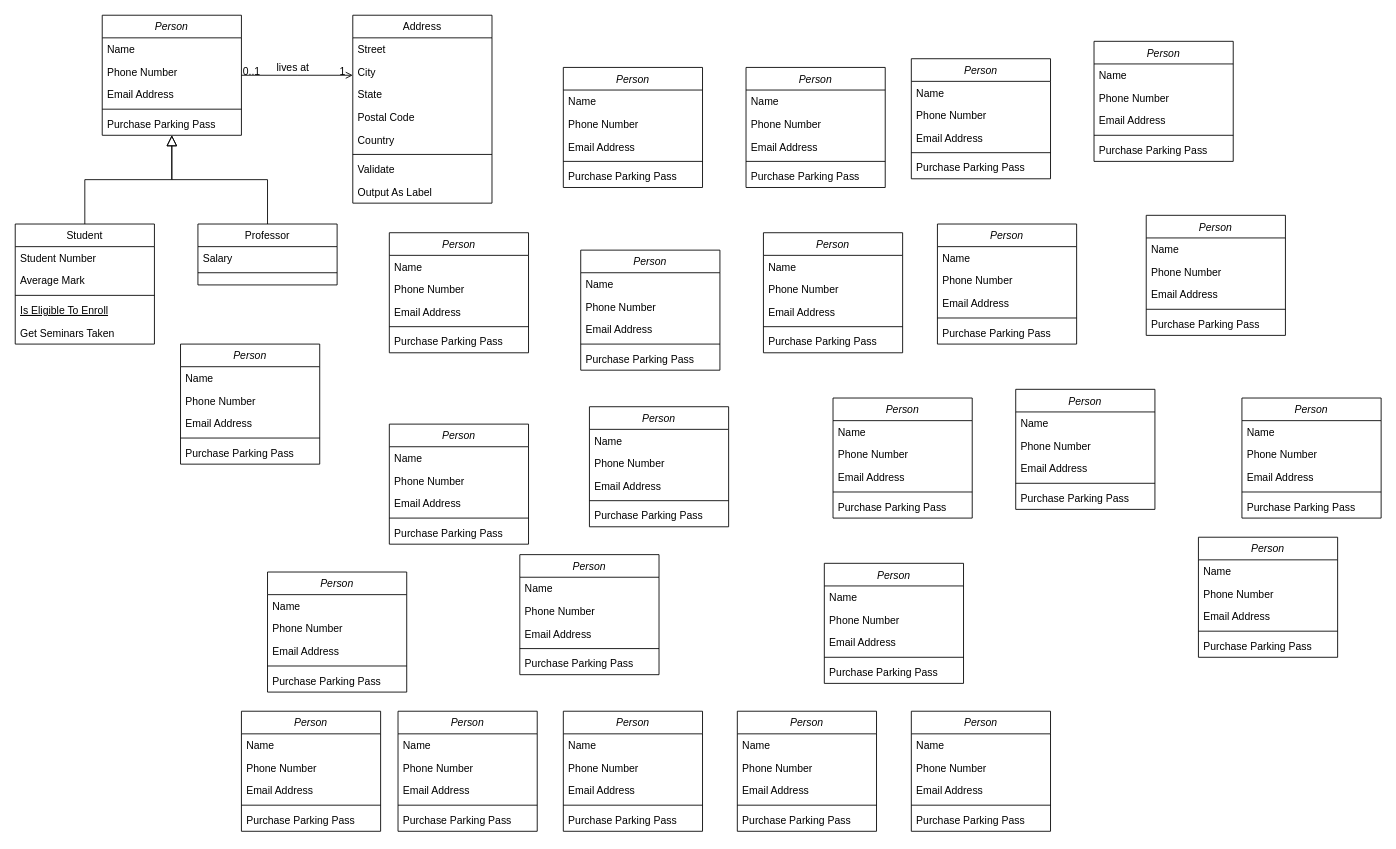
This is 未命名绘图.drawio from vicky21016/LazyDog, a draw.io file, before an edit. Source tidied: cells renumbered, new cells numbered last; positions are measured from the earlier drawing's top-left corner, leaving out a move shared by most shapes. Both pictures are drawn from the tidied source at 87%, with x=0, y=0 at pixel (15, 15).
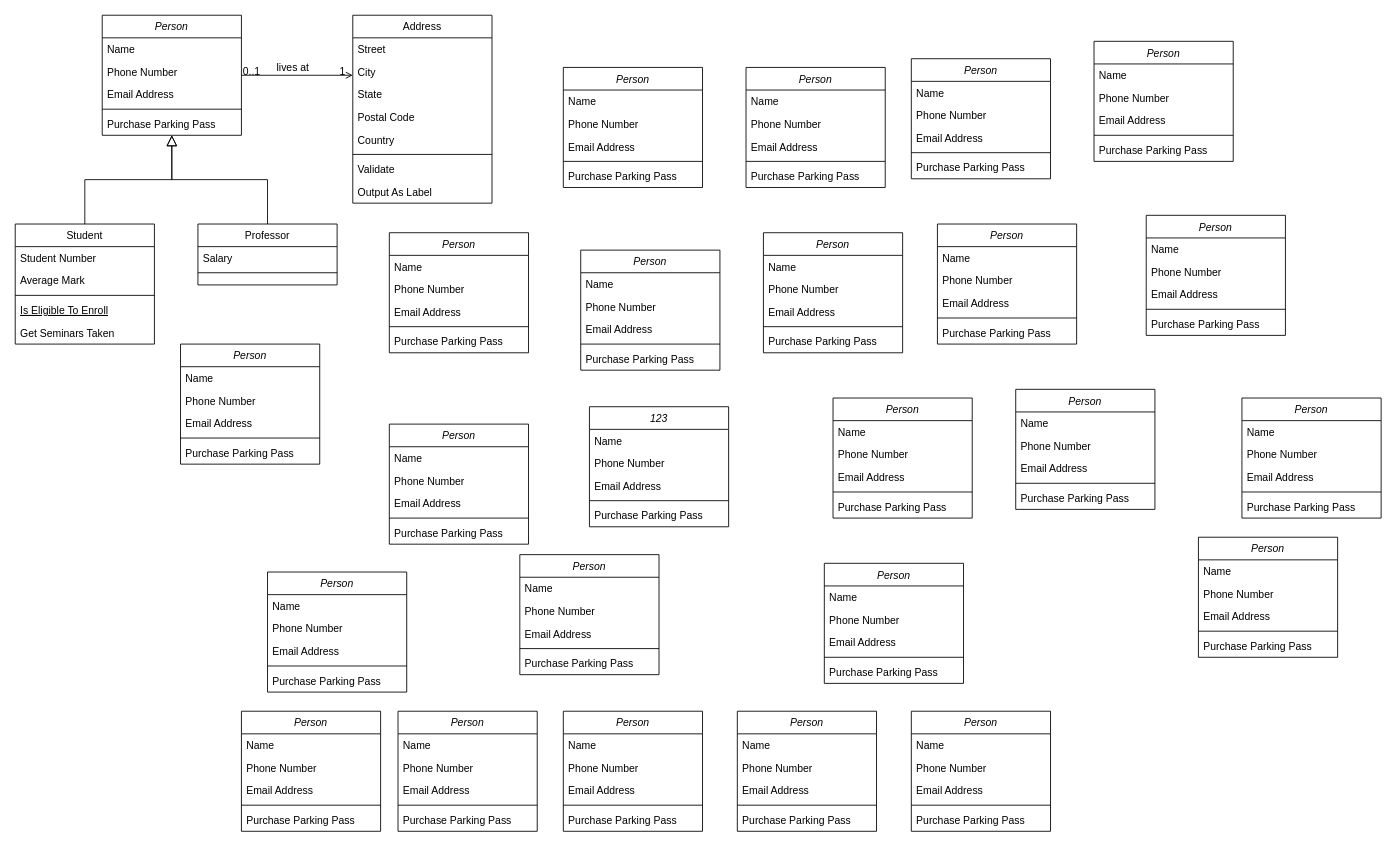
Above is the later version.

Commit message (it also covers changes not shown here):
更新未命名绘图.drawio

What changed in the source:
```diff
@@
-    <mxCell id="50" value="Person" style="swimlane;fontStyle=2;align=center;verticalAlign=top;horizontal=1;startSize=26;rounded=0;shadow=0;strokeWidth=1;" parent="1" vertex="1">
+    <mxCell id="50" value="123" style="swimlane;fontStyle=2;align=center;verticalAlign=top;horizontal=1;startSize=26;rounded=0;shadow=0;strokeWidth=1;" parent="1" vertex="1">
       <mxGeometry x="660" y="450" width="160" height="138" as="geometry" />
     </mxCell>
```
